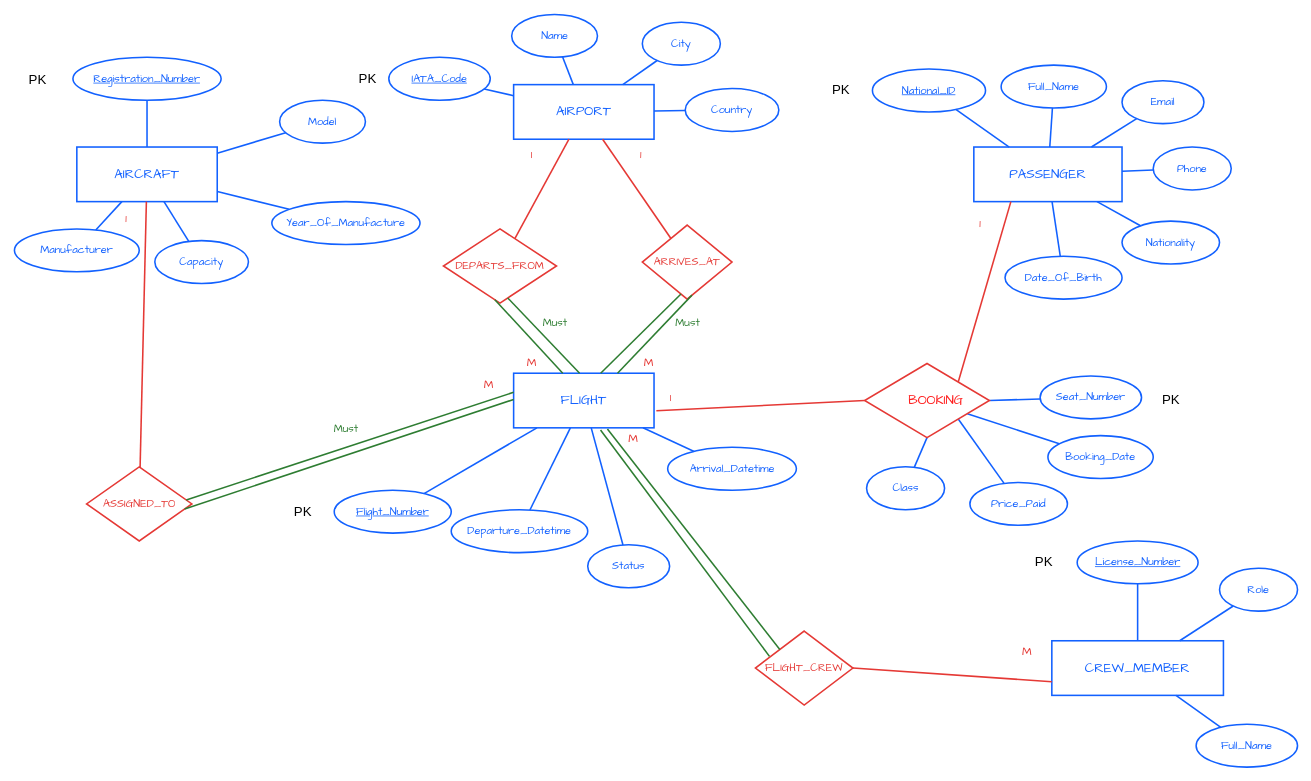
This is ERD/SkyTrack_Step1_Chen_ERD.drawio from M0hammedAlnajjar/database-project, a draw.io file, before an edit. Source tidied: cells renumbered, new cells numbered last; positions are measured from the earlier drawing's top-left corner, leaving out a move shared by most shapes. Both pictures are drawn from the tidied source at 78%, with x=0, y=0 at pixel (14, 14).
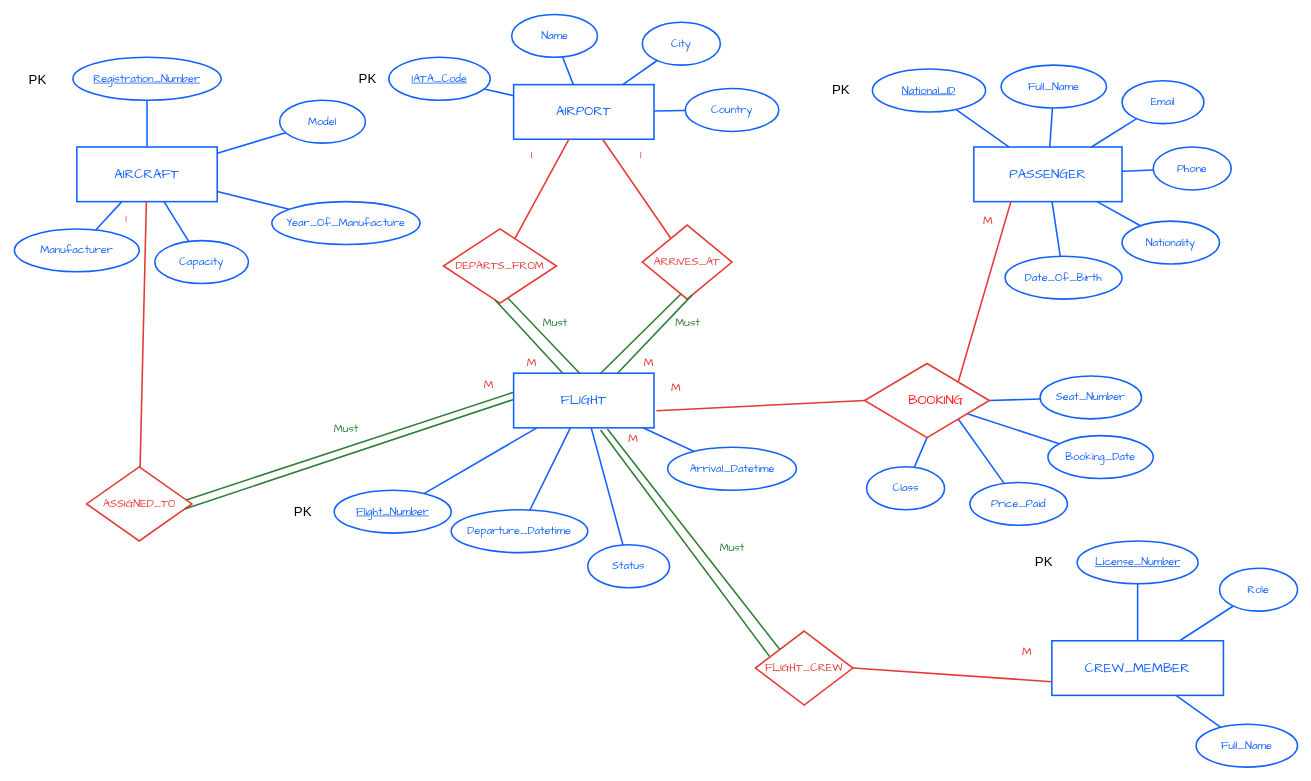
The same diagram, later.

The change refers to these unchanged cells:
```xml
<mxCell id="91" value="&lt;span style=&quot;color: light-dark(rgb(255, 28, 28), rgb(95, 163, 255));&quot;&gt;&lt;span style=&quot;font-size: 17px; background-color: transparent; white-space: pre;&quot;&gt;&#9;&lt;/span&gt;&lt;span style=&quot;font-size: 17px; background-color: transparent;&quot;&gt;BOOKING&lt;/span&gt;&lt;/span&gt;" style="rhombus;whiteSpace=wrap;html=1;strokeColor=#e53935;strokeWidth=2;fillColor=none;fontColor=#e53935;fontSize=14;fontFamily=Comic Sans MS;align=left;verticalAlign=middle;" parent="1" vertex="1">
  <mxGeometry x="1090" y="447.5" width="160" height="95" as="geometry" />
</mxCell>
```

The edit, as a diff of the source:
```diff
@@
-    <mxCell id="58" style="rounded=0;jettySize=auto;html=1;endArrow=none;startArrow=none;strokeColor=#e53935;strokeWidth=2;entryX=0;entryY=0.5;entryDx=0;entryDy=0;exitX=0;exitY=1;exitDx=0;exitDy=0;" parent="1" edge="1" source="79" target="91">
-      <mxGeometry relative="1" as="geometry" />
+    <mxCell id="58" style="rounded=0;jettySize=auto;html=1;endArrow=none;startArrow=none;strokeColor=#e53935;strokeWidth=2;entryX=0;entryY=0.5;entryDx=0;entryDy=0;exitX=0;exitY=1;exitDx=0;exitDy=0;" parent="1" edge="1" target="91">
+      <mxGeometry relative="1" as="geometry">
+        <mxPoint x="823" y="508" as="sourcePoint" />
+      </mxGeometry>
     </mxCell>
@@
-    <mxCell id="79" value="1" style="text;html=1;strokeColor=none;fillColor=none;fontColor=#e53935;fontSize=15;fontFamily=Comic Sans MS;align=center;verticalAlign=middle;" parent="1" vertex="1">
-      <mxGeometry x="823" y="474" width="35" height="34" as="geometry" />
-    </mxCell>
@@
-    <mxCell id="93" value="1" style="text;html=1;strokeColor=none;fillColor=none;fontColor=#e53935;fontSize=15;fontFamily=Comic Sans MS;align=center;verticalAlign=middle;" parent="1" vertex="1">
-      <mxGeometry x="1220" y="250.5" width="35" height="34" as="geometry" />
-    </mxCell>
-    <mxCell id="94" value="&lt;font style=&quot;font-size: 17px;&quot;&gt;PK&lt;/font&gt;" style="text;html=1;whiteSpace=wrap;strokeColor=none;fillColor=none;align=center;verticalAlign=middle;rounded=0;" parent="1" vertex="1">
-      <mxGeometry x="1452.5" y="480" width="60" height="30" as="geometry" />
-    </mxCell>
@@
+    <mxCell id="97" value="Must" style="text;html=1;strokeColor=none;fillColor=none;fontColor=#2e7d32;fontSize=14;fontFamily=Comic Sans MS;align=center;verticalAlign=middle;" parent="1" vertex="1">
+      <mxGeometry x="887.5" y="670" width="65" height="28" as="geometry" />
+    </mxCell>
+    <mxCell id="98" value="M" style="text;html=1;strokeColor=none;fillColor=none;fontColor=#e53935;fontSize=15;fontFamily=Comic Sans MS;align=center;verticalAlign=middle;" parent="1" vertex="1">
+      <mxGeometry x="830" y="463.5" width="35" height="28" as="geometry" />
+    </mxCell>
+    <mxCell id="99" value="M" style="text;html=1;strokeColor=none;fillColor=none;fontColor=#e53935;fontSize=15;fontFamily=Comic Sans MS;align=center;verticalAlign=middle;" parent="1" vertex="1">
+      <mxGeometry x="1230" y="250" width="35" height="28" as="geometry" />
+    </mxCell>
```
